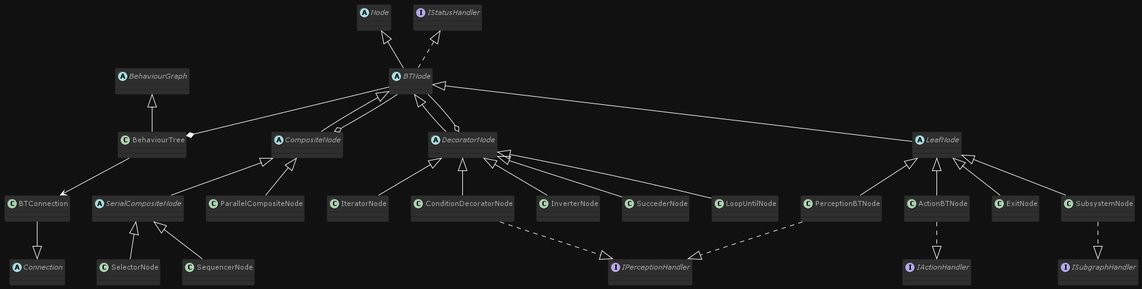
Earlier version of the PlantUML export out/Documentation/uml/behaviourtrees/behaviourTrees.png (Alex-GameDev/behaviour-api). Its diagram source:
```plantuml
@startuml behaviourTrees

!theme reddress-darkblue
skinparam backgroundColor #111111

abstract class BehaviourGraph
abstract class Node
abstract class Connection

Interface IStatusHandler
Interface IPerceptionHandler
Interface IActionHandler
Interface ISubgraphHandler

abstract class BTNode
abstract class LeafNode
abstract class CompositeNode
abstract class DecoratorNode
abstract class SerialCompositeNode


Node <|-- BTNode
BehaviourGraph <|-- BehaviourTree
IStatusHandler <|.. BTNode
BTNode --* BehaviourTree
BTNode <|-- LeafNode
BTNode <|-- CompositeNode
BTNode <|-- DecoratorNode

LeafNode <|-- ActionBTNode
LeafNode <|-- PerceptionBTNode
LeafNode <|-- ExitNode
LeafNode <|-- SubsystemNode
ActionBTNode ..|> IActionHandler
PerceptionBTNode ..|> IPerceptionHandler
SubsystemNode ..|> ISubgraphHandler

DecoratorNode <|-- InverterNode
DecoratorNode <|-- SuccederNode
DecoratorNode <|-- LoopUntilNode
DecoratorNode <|-- IteratorNode
DecoratorNode <|-- ConditionDecoratorNode
ConditionDecoratorNode ..|> IPerceptionHandler

CompositeNode <|-- ParallelCompositeNode
CompositeNode <|-- SerialCompositeNode
SerialCompositeNode <|-- SequencerNode
SerialCompositeNode <|-- SelectorNode

DecoratorNode o-- BTNode
CompositeNode o-- BTNode
BTConnection --|> Connection
BehaviourTree --> BTConnection

@enduml
```
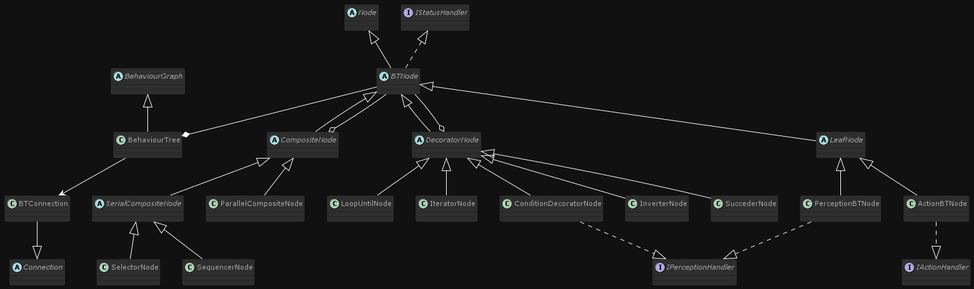
Later version of the same file.

What changed in the source:
```diff
@@ -10,12 +10,12 @@
 Interface IStatusHandler
 Interface IPerceptionHandler
 Interface IActionHandler
-Interface ISubgraphHandler
 
 abstract class BTNode
 abstract class LeafNode
 abstract class CompositeNode
 abstract class DecoratorNode
+
 abstract class SerialCompositeNode
 
 
@@ -23,23 +23,21 @@
 BehaviourGraph <|-- BehaviourTree
 IStatusHandler <|.. BTNode
 BTNode --* BehaviourTree
+BTNode <|-- DecoratorNode
+BTNode <|-- CompositeNode
 BTNode <|-- LeafNode
-BTNode <|-- CompositeNode
-BTNode <|-- DecoratorNode
 
 LeafNode <|-- ActionBTNode
 LeafNode <|-- PerceptionBTNode
-LeafNode <|-- ExitNode
-LeafNode <|-- SubsystemNode
 ActionBTNode ..|> IActionHandler
 PerceptionBTNode ..|> IPerceptionHandler
-SubsystemNode ..|> ISubgraphHandler
 
+DecoratorNode <|-- ConditionDecoratorNode
 DecoratorNode <|-- InverterNode
 DecoratorNode <|-- SuccederNode
 DecoratorNode <|-- LoopUntilNode
 DecoratorNode <|-- IteratorNode
-DecoratorNode <|-- ConditionDecoratorNode
+
 ConditionDecoratorNode ..|> IPerceptionHandler
 
 CompositeNode <|-- ParallelCompositeNode
```
